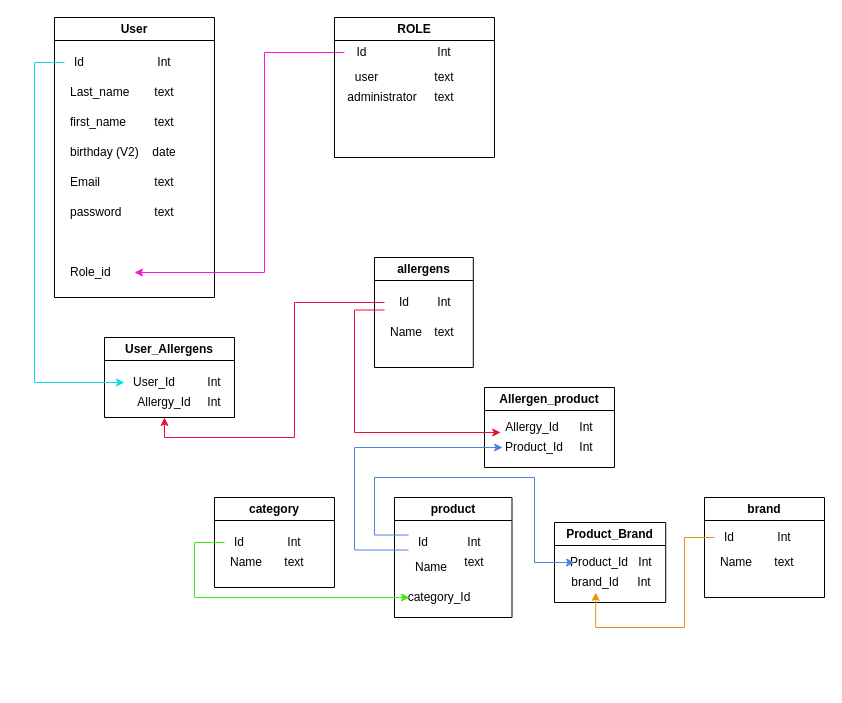
This is docs/MLD.drawio from LordThi/repo-back2, a draw.io file, before an edit. Source tidied: cells renumbered, new cells numbered last; positions are measured from the earlier drawing's top-left corner, leaving out a move shared by most shapes. Both pictures are drawn from the tidied source at 100%, with x=0, y=0 at pixel (34, 17).
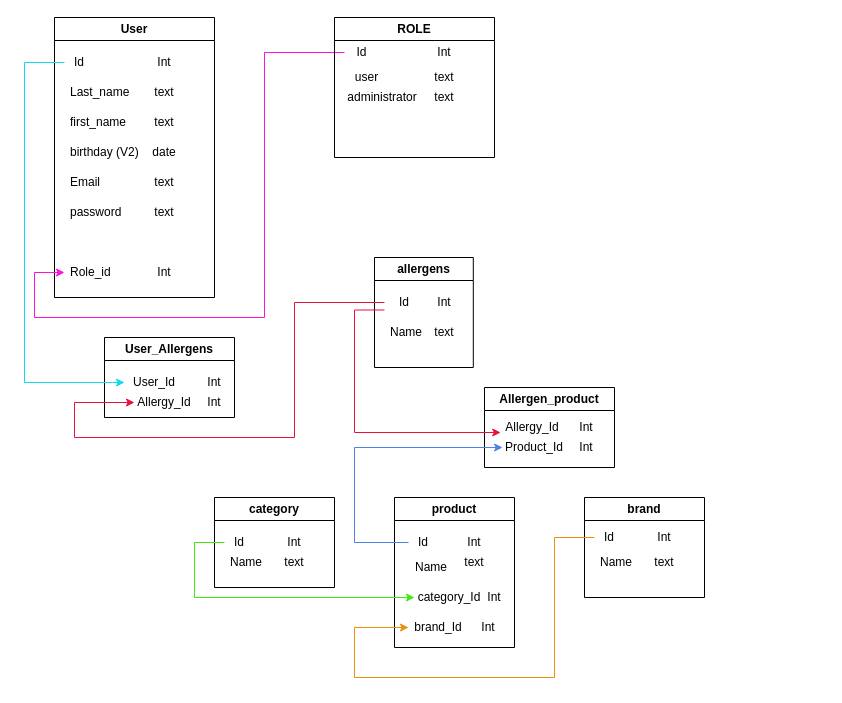
After the change.

Unchanged cells that the change refers to:
```xml
<mxCell id="2" value="User" style="swimlane;whiteSpace=wrap;html=1;" parent="1" vertex="1">
  <mxGeometry x="20" width="160" height="280" as="geometry" />
</mxCell>
<mxCell id="8" value="Id" style="text;html=1;strokeColor=none;fillColor=none;align=center;verticalAlign=middle;whiteSpace=wrap;rounded=0;" parent="2" vertex="1">
  <mxGeometry x="10" y="30" width="30" height="30" as="geometry" />
</mxCell>
<mxCell id="15" value="Role_id" style="text;strokeColor=none;fillColor=none;align=left;verticalAlign=middle;spacingLeft=4;spacingRight=4;overflow=hidden;points=[[0,0.5],[1,0.5]];portConstraint=eastwest;whiteSpace=wrap;html=1;" parent="2" vertex="1">
  <mxGeometry x="10" y="240" width="70" height="30" as="geometry" />
</mxCell>
<mxCell id="18" value="Id" style="text;html=1;strokeColor=none;fillColor=none;align=center;verticalAlign=middle;whiteSpace=wrap;rounded=0;" parent="16" vertex="1">
  <mxGeometry x="10" y="30" width="40" height="30" as="geometry" />
</mxCell>
<mxCell id="25" value="Id" style="text;html=1;strokeColor=none;fillColor=none;align=center;verticalAlign=middle;whiteSpace=wrap;rounded=0;" parent="22" vertex="1">
  <mxGeometry x="10" y="20" width="35" height="30" as="geometry" />
</mxCell>
<mxCell id="36" value="Id" style="text;html=1;strokeColor=none;fillColor=none;align=center;verticalAlign=middle;whiteSpace=wrap;rounded=0;" parent="34" vertex="1">
  <mxGeometry x="10" y="30" width="30" height="20" as="geometry" />
</mxCell>
<mxCell id="41" value="Id" style="text;html=1;strokeColor=none;fillColor=none;align=center;verticalAlign=middle;whiteSpace=wrap;rounded=0;" parent="39" vertex="1">
  <mxGeometry x="14" y="30" width="30" height="30" as="geometry" />
</mxCell>
<mxCell id="45" value="User_Allergens" style="swimlane;whiteSpace=wrap;html=1;startSize=23;" parent="1" vertex="1">
  <mxGeometry x="70" y="320" width="130" height="80" as="geometry" />
</mxCell>
<mxCell id="47" value="Allergy_Id" style="text;html=1;strokeColor=none;fillColor=none;align=center;verticalAlign=middle;whiteSpace=wrap;rounded=0;" parent="45" vertex="1">
  <mxGeometry x="30" y="50" width="60" height="30" as="geometry" />
</mxCell>
<mxCell id="55" value="Product_Id" style="text;html=1;strokeColor=none;fillColor=none;align=center;verticalAlign=middle;whiteSpace=wrap;rounded=0;" parent="53" vertex="1">
  <mxGeometry x="18.1" y="50" width="63.8" height="20" as="geometry" />
</mxCell>
```

The edit, as a diff of the source:
```diff
@@
+    <mxCell id="67" value="Int" style="text;html=1;strokeColor=none;fillColor=none;align=center;verticalAlign=middle;whiteSpace=wrap;rounded=0;" parent="2" vertex="1">
+      <mxGeometry x="90" y="245" width="40" height="20" as="geometry" />
+    </mxCell>
@@
     <mxCell id="21" style="edgeStyle=orthogonalEdgeStyle;rounded=0;jettySize=auto;html=1;exitX=0;exitY=0.5;exitDx=0;exitDy=0;strokeColor=#fd12dd;" parent="1" edge="1" source="25" target="15">
       <mxGeometry relative="1" as="geometry">
         <Array as="points">
           <mxPoint x="230" y="35" />
-          <mxPoint x="230" y="255" />
+          <mxPoint x="230" y="300" />
+          <mxPoint y="300" />
+          <mxPoint y="255" />
         </Array>
       </mxGeometry>
     </mxCell>
@@
     <mxCell id="34" value="brand" style="swimlane;whiteSpace=wrap;html=1;startSize=23;" parent="1" vertex="1">
-      <mxGeometry x="670" y="480" width="120" height="100" as="geometry" />
+      <mxGeometry x="550" y="480" width="120" height="100" as="geometry" />
     </mxCell>
@@
     <mxCell id="39" value="product" style="swimlane;whiteSpace=wrap;html=1;" parent="1" vertex="1">
-      <mxGeometry x="360" y="480" width="117.5" height="120" as="geometry" />
+      <mxGeometry x="360" y="480" width="120" height="150" as="geometry" />
     </mxCell>
@@
     <mxCell id="44" value="category_Id" style="text;html=1;strokeColor=none;fillColor=none;align=center;verticalAlign=middle;whiteSpace=wrap;rounded=0;" parent="39" vertex="1">
-      <mxGeometry x="15" y="90" width="60" height="20" as="geometry" />
+      <mxGeometry x="20" y="90" width="70" height="20" as="geometry" />
     </mxCell>
+    <mxCell id="60" value="brand_Id" style="text;html=1;strokeColor=none;fillColor=none;align=center;verticalAlign=middle;whiteSpace=wrap;rounded=0;" parent="39" vertex="1">
+      <mxGeometry x="14" y="120" width="60" height="20" as="geometry" />
+    </mxCell>
+    <mxCell id="62" value="Int" style="text;html=1;strokeColor=none;fillColor=none;align=center;verticalAlign=middle;whiteSpace=wrap;rounded=0;" parent="39" vertex="1">
+      <mxGeometry x="74" y="120" width="40" height="20" as="geometry" />
+    </mxCell>
+    <mxCell id="68" value="Int" style="text;html=1;strokeColor=none;fillColor=none;align=center;verticalAlign=middle;whiteSpace=wrap;rounded=0;" parent="39" vertex="1">
+      <mxGeometry x="80" y="90" width="40" height="20" as="geometry" />
+    </mxCell>
@@
     <mxCell id="46" value="User_Id" style="text;html=1;strokeColor=none;fillColor=none;align=center;verticalAlign=middle;whiteSpace=wrap;rounded=0;" parent="45" vertex="1">
-      <mxGeometry x="20" y="30" width="60" height="30" as="geometry" />
+      <mxGeometry x="20" y="35" width="60" height="20" as="geometry" />
     </mxCell>
@@
     <mxCell id="50" style="edgeStyle=orthogonalEdgeStyle;rounded=0;jettySize=auto;html=1;exitX=0;exitY=0.5;exitDx=0;exitDy=0;strokeColor=#10dbea;" parent="1" edge="1" source="8" target="46">
       <mxGeometry relative="1" as="geometry">
         <Array as="points">
-          <mxPoint y="45" />
-          <mxPoint y="365" />
+          <mxPoint x="-10" y="45" />
+          <mxPoint x="-10" y="365" />
         </Array>
       </mxGeometry>
     </mxCell>
-    <mxCell id="51" style="edgeStyle=orthogonalEdgeStyle;rounded=0;jettySize=auto;html=1;exitX=0;exitY=0.5;exitDx=0;exitDy=0;strokeColor=#EA103C;" parent="1" edge="1" source="18" target="47">
+    <mxCell id="51" style="edgeStyle=orthogonalEdgeStyle;rounded=0;jettySize=auto;html=1;exitX=0;exitY=0.5;exitDx=0;exitDy=0;strokeColor=#EA103C;" parent="1" edge="1" source="18">
       <mxGeometry relative="1" as="geometry">
+        <mxPoint x="100" y="385" as="targetPoint" />
         <Array as="points">
           <mxPoint x="260" y="285" />
           <mxPoint x="260" y="420" />
-          <mxPoint x="130" y="420" />
+          <mxPoint x="40" y="420" />
+          <mxPoint x="40" y="385" />
+          <mxPoint x="100" y="385" />
         </Array>
       </mxGeometry>
     </mxCell>
@@
-    <mxCell id="58" value="Product_Brand" style="swimlane;whiteSpace=wrap;html=1;startSize=23;" parent="1" vertex="1">
-      <mxGeometry x="520" y="505" width="111.2" height="80" as="geometry" />
-    </mxCell>
-    <mxCell id="59" value="Product_Id" style="text;html=1;strokeColor=none;fillColor=none;align=center;verticalAlign=middle;whiteSpace=wrap;rounded=0;" parent="58" vertex="1">
-      <mxGeometry x="20" y="30" width="50" height="20" as="geometry" />
-    </mxCell>
-    <mxCell id="60" value="brand_Id" style="text;html=1;strokeColor=none;fillColor=none;align=center;verticalAlign=middle;whiteSpace=wrap;rounded=0;" parent="58" vertex="1">
-      <mxGeometry x="11.2" y="50" width="60" height="20" as="geometry" />
-    </mxCell>
-    <mxCell id="61" value="Int" style="text;html=1;strokeColor=none;fillColor=none;align=center;verticalAlign=middle;whiteSpace=wrap;rounded=0;" parent="58" vertex="1">
-      <mxGeometry x="71.2" y="30" width="40" height="20" as="geometry" />
-    </mxCell>
-    <mxCell id="62" value="Int" style="text;html=1;strokeColor=none;fillColor=none;align=center;verticalAlign=middle;whiteSpace=wrap;rounded=0;" parent="58" vertex="1">
-      <mxGeometry x="70" y="50" width="40" height="20" as="geometry" />
-    </mxCell>
-    <mxCell id="63" style="edgeStyle=orthogonalEdgeStyle;rounded=0;jettySize=auto;html=1;exitX=0;exitY=0.5;exitDx=0;exitDy=0;entryX=0.5;entryY=1;entryDx=0;entryDy=0;strokeColor=#ea8f10;" parent="1" edge="1" source="36" target="60">
-      <mxGeometry relative="1" as="geometry">
-        <Array as="points">
-          <mxPoint x="650" y="520" />
-          <mxPoint x="650" y="610" />
-          <mxPoint x="561" y="610" />
-        </Array>
-      </mxGeometry>
-    </mxCell>
-    <mxCell id="64" style="edgeStyle=orthogonalEdgeStyle;rounded=0;jettySize=auto;html=1;exitX=0;exitY=0.25;exitDx=0;exitDy=0;entryX=0;entryY=0.5;entryDx=0;entryDy=0;strokeColor=#4F80E3;" parent="1" edge="1" source="41" target="59">
-      <mxGeometry relative="1" as="geometry">
-        <Array as="points">
-          <mxPoint x="340" y="518" />
-          <mxPoint x="340" y="460" />
-          <mxPoint x="500" y="460" />
-          <mxPoint x="500" y="545" />
-        </Array>
-      </mxGeometry>
-    </mxCell>
-    <mxCell id="65" style="edgeStyle=orthogonalEdgeStyle;rounded=0;jettySize=auto;html=1;exitX=0;exitY=0.75;exitDx=0;exitDy=0;entryX=0;entryY=0.5;entryDx=0;entryDy=0;strokeColor=#4F80E3;fillColor=#dae8fc;gradientColor=#7ea6e0;" parent="1" edge="1" source="41" target="55">
+    <mxCell id="65" style="edgeStyle=orthogonalEdgeStyle;rounded=0;jettySize=auto;html=1;entryX=0;entryY=0.5;entryDx=0;entryDy=0;strokeColor=#4F80E3;fillColor=#dae8fc;gradientColor=#7ea6e0;exitX=0;exitY=0.5;exitDx=0;exitDy=0;" parent="1" edge="1" source="41" target="55">
       <mxGeometry relative="1" as="geometry">
         <Array as="points">
-          <mxPoint x="320" y="533" />
+          <mxPoint x="320" y="525" />
           <mxPoint x="320" y="430" />
         </Array>
       </mxGeometry>
     </mxCell>
@@
+    <mxCell id="63" style="edgeStyle=orthogonalEdgeStyle;rounded=0;jettySize=auto;html=1;exitX=0;exitY=0.5;exitDx=0;exitDy=0;entryX=0;entryY=0.5;entryDx=0;entryDy=0;strokeColor=#ea8f10;endArrow=classic;endFill=1;" parent="1" edge="1" source="36" target="60">
+      <mxGeometry relative="1" as="geometry">
+        <Array as="points">
+          <mxPoint x="520" y="520" />
+          <mxPoint x="520" y="660" />
+          <mxPoint x="320" y="660" />
+          <mxPoint x="320" y="610" />
+        </Array>
+      </mxGeometry>
+    </mxCell>
```
